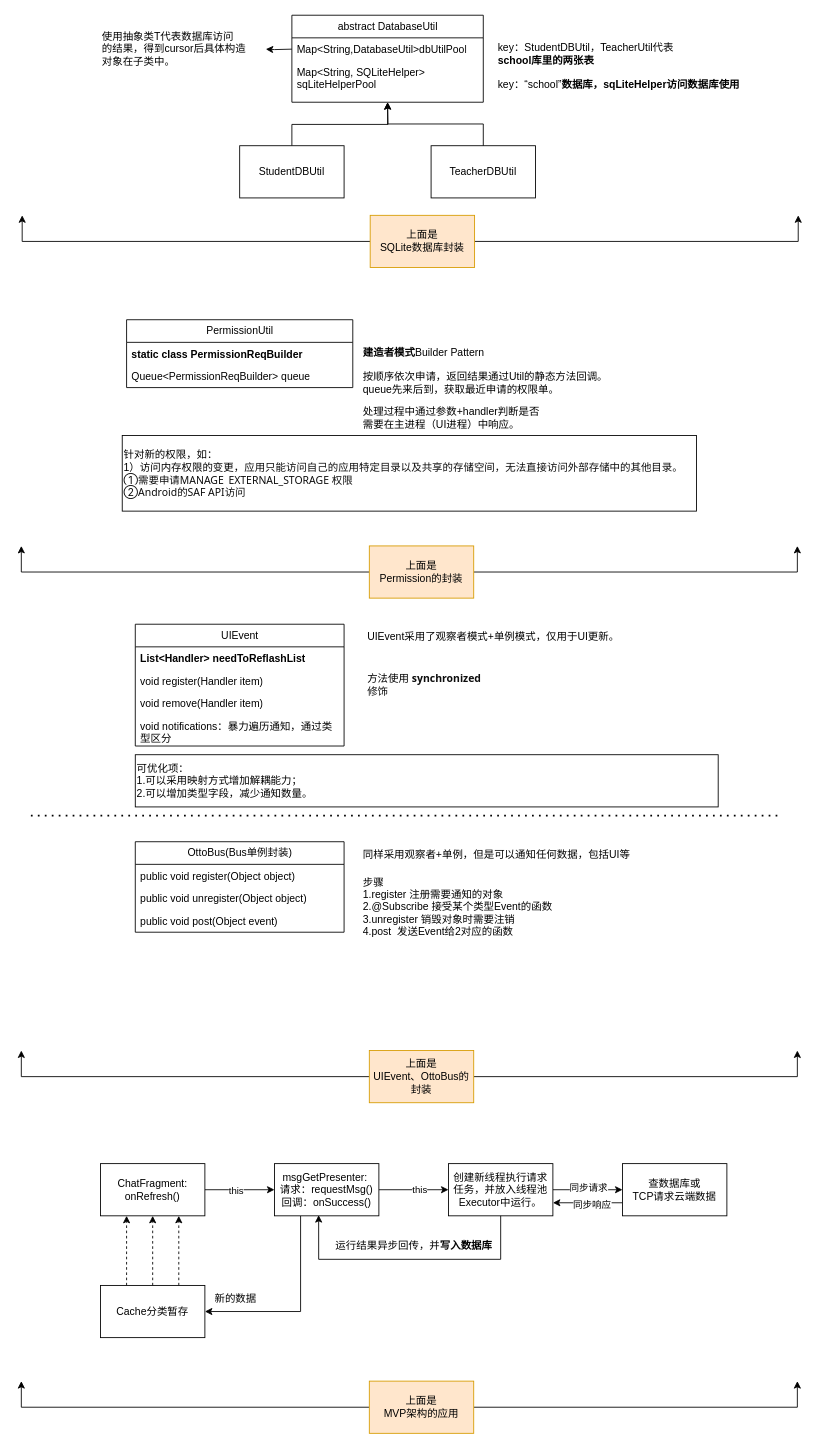
Before: WorkRecord/项目相关问题.drawio in baizhu0414/Diagrams, a draw.io diagram. Source tidied: cells renumbered, new cells numbered last; positions are measured from the earlier drawing's top-left corner, leaving out a move shared by most shapes. Both pictures are drawn from the tidied source at 87%, with x=0, y=0 at pixel (21, 15).
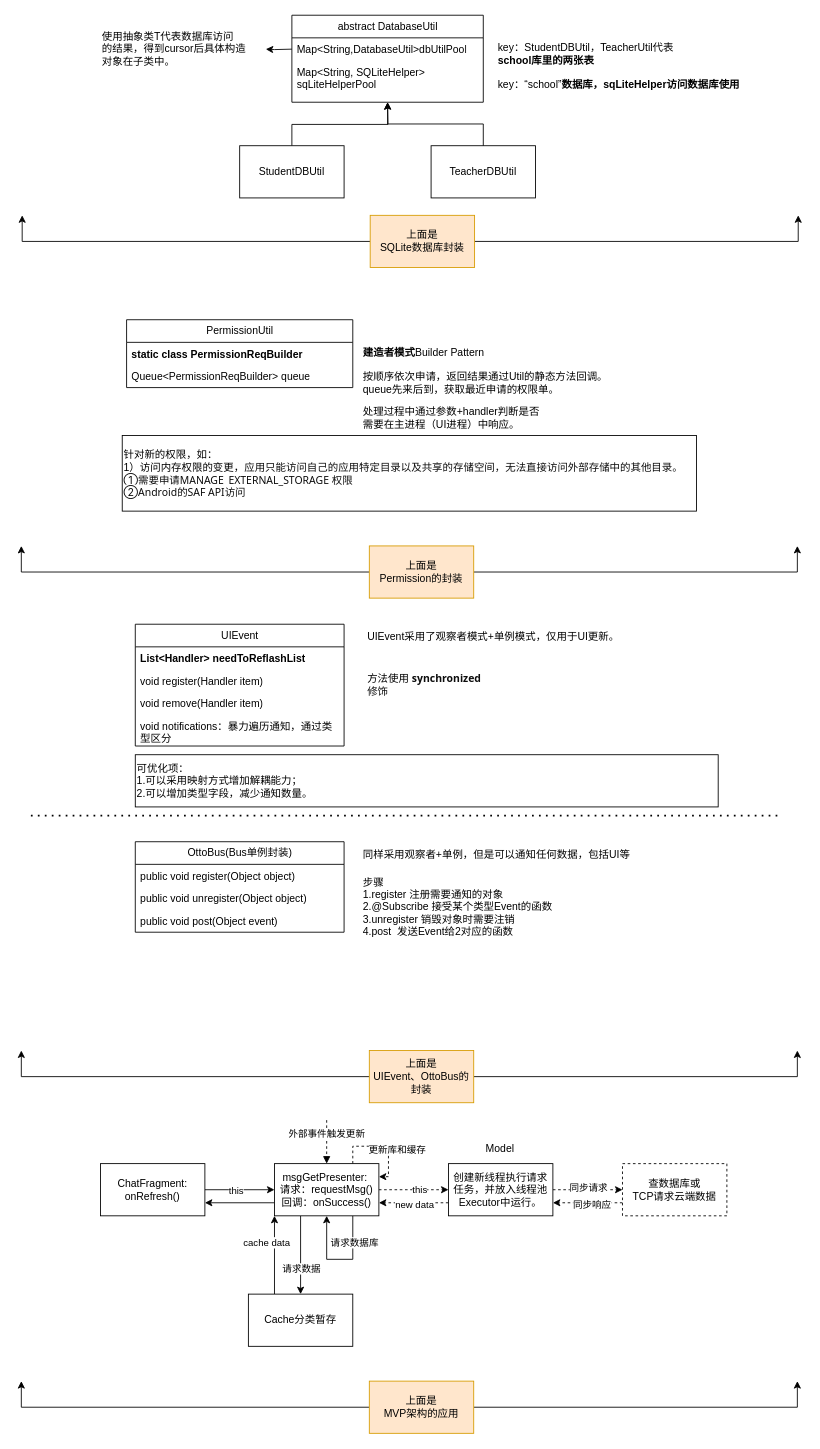
Above is the later version.

Commit message:
更新项目相关问题.drawio

The change refers to these unchanged cells:
```xml
<mxCell id="46" value="ChatFragment: onRefresh()" style="whiteSpace=wrap;html=1;" parent="1" vertex="1">
  <mxGeometry x="91" y="1320" width="120" height="60" as="geometry" />
</mxCell>
<mxCell id="50" value="msgGetPresenter:&amp;nbsp;&lt;div&gt;请求：requestMsg()&lt;div&gt;回调：onSuccess()&lt;/div&gt;&lt;/div&gt;" style="whiteSpace=wrap;html=1;" parent="1" vertex="1">
  <mxGeometry x="291" y="1320" width="120" height="60" as="geometry" />
</mxCell>
<mxCell id="53" value="创建新线程执行请求任务，并放入线程池Executor中运行。" style="whiteSpace=wrap;html=1;" parent="1" vertex="1">
  <mxGeometry x="491" y="1320" width="120" height="60" as="geometry" />
</mxCell>
```

Change to the diagram source:
```diff
@@
-    <mxCell id="47" style="edgeStyle=orthogonalEdgeStyle;rounded=0;jettySize=auto;html=1;" parent="1" edge="1" source="50" target="53">
+    <mxCell id="47" style="edgeStyle=orthogonalEdgeStyle;rounded=0;jettySize=auto;html=1;dashed=1;" parent="1" edge="1" source="50" target="53">
       <mxGeometry relative="1" as="geometry" />
     </mxCell>
@@
-    <mxCell id="49" style="edgeStyle=orthogonalEdgeStyle;rounded=0;jettySize=auto;html=1;exitX=0.25;exitY=1;exitDx=0;exitDy=0;entryX=1;entryY=0.5;entryDx=0;entryDy=0;" parent="1" edge="1" source="50" target="66">
-      <mxGeometry relative="1" as="geometry">
-        <Array as="points">
-          <mxPoint x="321" y="1490" />
-        </Array>
-      </mxGeometry>
+    <mxCell id="49" style="edgeStyle=orthogonalEdgeStyle;rounded=0;jettySize=auto;html=1;exitX=0.25;exitY=1;exitDx=0;exitDy=0;entryX=0.5;entryY=0;entryDx=0;entryDy=0;" parent="1" edge="1" source="50" target="66">
+      <mxGeometry relative="1" as="geometry" />
     </mxCell>
+    <mxCell id="67" value="请求数据" style="edgeLabel;html=1;align=center;verticalAlign=middle;" parent="49" vertex="1">
+      <mxGeometry x="0.26" relative="1" as="geometry">
+        <mxPoint y="3" as="offset" />
+      </mxGeometry>
+    </mxCell>
+    <mxCell id="68" style="edgeStyle=orthogonalEdgeStyle;rounded=0;jettySize=auto;html=1;exitX=0;exitY=0.75;exitDx=0;exitDy=0;entryX=1;entryY=0.75;entryDx=0;entryDy=0;" parent="1" edge="1" source="50" target="46">
+      <mxGeometry relative="1" as="geometry" />
+    </mxCell>
+    <mxCell id="69" style="edgeStyle=orthogonalEdgeStyle;rounded=0;orthogonalLoop=1;jettySize=auto;html=1;exitX=0.75;exitY=1;exitDx=0;exitDy=0;entryX=0.5;entryY=1;entryDx=0;entryDy=0;" parent="1" edge="1" source="50" target="50">
+      <mxGeometry relative="1" as="geometry">
+        <Array as="points">
+          <mxPoint x="381" y="1430" />
+          <mxPoint x="351" y="1430" />
+        </Array>
+      </mxGeometry>
+    </mxCell>
+    <mxCell id="70" value="请求数据库" style="edgeLabel;html=1;align=center;verticalAlign=middle;" parent="69" vertex="1">
+      <mxGeometry x="-0.07" relative="1" as="geometry">
+        <mxPoint x="11" y="-20" as="offset" />
+      </mxGeometry>
+    </mxCell>
+    <mxCell id="71" style="edgeStyle=orthogonalEdgeStyle;rounded=0;orthogonalLoop=1;jettySize=auto;html=1;exitX=0.75;exitY=0;exitDx=0;exitDy=0;entryX=1;entryY=0.25;entryDx=0;entryDy=0;dashed=1;" parent="1" edge="1" source="50" target="50">
+      <mxGeometry relative="1" as="geometry">
+        <Array as="points">
+          <mxPoint x="381" y="1300" />
+          <mxPoint x="422" y="1300" />
+          <mxPoint x="422" y="1335" />
+        </Array>
+      </mxGeometry>
+    </mxCell>
+    <mxCell id="72" value="更新库和缓存" style="edgeLabel;html=1;align=center;verticalAlign=middle;" parent="71" vertex="1">
+      <mxGeometry x="0.05" y="-3" relative="1" as="geometry">
+        <mxPoint x="14" as="offset" />
+      </mxGeometry>
+    </mxCell>
@@
-    <mxCell id="51" style="edgeStyle=orthogonalEdgeStyle;rounded=0;jettySize=auto;html=1;" parent="1" edge="1" source="53" target="57">
+    <mxCell id="51" style="edgeStyle=orthogonalEdgeStyle;rounded=0;jettySize=auto;html=1;dashed=1;" parent="1" edge="1" source="53" target="57">
       <mxGeometry relative="1" as="geometry" />
     </mxCell>
@@
+    <mxCell id="58" style="edgeStyle=orthogonalEdgeStyle;rounded=0;jettySize=auto;html=1;exitX=0;exitY=0.75;exitDx=0;exitDy=0;entryX=1;entryY=0.75;entryDx=0;entryDy=0;dashed=1;" parent="1" edge="1" source="53" target="50">
+      <mxGeometry relative="1" as="geometry" />
+    </mxCell>
+    <mxCell id="73" value="new data" style="edgeLabel;html=1;align=center;verticalAlign=middle;" parent="58" vertex="1">
+      <mxGeometry x="-0.26" y="2" relative="1" as="geometry">
+        <mxPoint x="-10" as="offset" />
+      </mxGeometry>
+    </mxCell>
@@
-    <mxCell id="54" value="运行结果异步回传，并&lt;b&gt;写入数据库&lt;/b&gt;" style="text;html=1;align=center;verticalAlign=middle;strokeColor=none;fillColor=none;" parent="1" vertex="1">
-      <mxGeometry x="351" y="1400" width="200" height="30" as="geometry" />
-    </mxCell>
-    <mxCell id="55" style="edgeStyle=orthogonalEdgeStyle;rounded=0;jettySize=auto;html=1;exitX=0;exitY=0.75;exitDx=0;exitDy=0;entryX=1;entryY=0.75;entryDx=0;entryDy=0;" parent="1" edge="1" source="57" target="53">
+    <mxCell id="55" style="edgeStyle=orthogonalEdgeStyle;rounded=0;jettySize=auto;html=1;exitX=0;exitY=0.75;exitDx=0;exitDy=0;entryX=1;entryY=0.75;entryDx=0;entryDy=0;dashed=1;" parent="1" edge="1" source="57" target="53">
       <mxGeometry relative="1" as="geometry" />
     </mxCell>
@@
-    <mxCell id="57" value="查数据库或&lt;div&gt;TCP请求云端数据&lt;/div&gt;" style="whiteSpace=wrap;html=1;" parent="1" vertex="1">
+    <mxCell id="57" value="查数据库或&lt;div&gt;TCP请求云端数据&lt;/div&gt;" style="whiteSpace=wrap;html=1;dashed=1;" parent="1" vertex="1">
       <mxGeometry x="691" y="1320" width="120" height="60" as="geometry" />
     </mxCell>
-    <mxCell id="58" style="edgeStyle=orthogonalEdgeStyle;rounded=0;jettySize=auto;html=1;exitX=0.5;exitY=1;exitDx=0;exitDy=0;entryX=0.423;entryY=0.987;entryDx=0;entryDy=0;entryPerimeter=0;" parent="1" edge="1" source="53" target="50">
-      <mxGeometry relative="1" as="geometry">
-        <Array as="points">
-          <mxPoint x="551" y="1430" />
-          <mxPoint x="342" y="1430" />
-        </Array>
-      </mxGeometry>
-    </mxCell>
-    <mxCell id="59" value="新的数据" style="text;html=1;align=center;verticalAlign=middle;strokeColor=none;fillColor=none;" parent="1" vertex="1">
-      <mxGeometry x="211" y="1460" width="70" height="30" as="geometry" />
-    </mxCell>
@@
-    <mxCell id="63" style="edgeStyle=orthogonalEdgeStyle;rounded=0;jettySize=auto;html=1;exitX=0.5;exitY=0;exitDx=0;exitDy=0;entryX=0.5;entryY=1;entryDx=0;entryDy=0;dashed=1;" parent="1" edge="1" source="66" target="46">
-      <mxGeometry relative="1" as="geometry" />
-    </mxCell>
-    <mxCell id="64" style="edgeStyle=orthogonalEdgeStyle;rounded=0;jettySize=auto;html=1;exitX=0.25;exitY=0;exitDx=0;exitDy=0;entryX=0.25;entryY=1;entryDx=0;entryDy=0;dashed=1;" parent="1" edge="1" source="66" target="46">
-      <mxGeometry relative="1" as="geometry" />
-    </mxCell>
-    <mxCell id="65" style="edgeStyle=orthogonalEdgeStyle;rounded=0;jettySize=auto;html=1;exitX=0.75;exitY=0;exitDx=0;exitDy=0;entryX=0.75;entryY=1;entryDx=0;entryDy=0;dashed=1;" parent="1" edge="1" source="66" target="46">
-      <mxGeometry relative="1" as="geometry" />
-    </mxCell>
+    <mxCell id="74" style="edgeStyle=orthogonalEdgeStyle;rounded=0;jettySize=auto;html=1;exitX=0.25;exitY=0;exitDx=0;exitDy=0;entryX=0;entryY=1;entryDx=0;entryDy=0;" parent="1" edge="1" source="66" target="50">
+      <mxGeometry relative="1" as="geometry" />
+    </mxCell>
+    <mxCell id="75" value="cache data" style="edgeLabel;html=1;align=center;verticalAlign=middle;" parent="74" vertex="1">
+      <mxGeometry x="-0.22" y="-1" relative="1" as="geometry">
+        <mxPoint x="-11" y="-25" as="offset" />
+      </mxGeometry>
+    </mxCell>
     <mxCell id="66" value="Cache分类暂存" style="whiteSpace=wrap;html=1;" parent="1" vertex="1">
-      <mxGeometry x="91" y="1460" width="120" height="60" as="geometry" />
+      <mxGeometry x="261" y="1470" width="120" height="60" as="geometry" />
     </mxCell>
+    <mxCell id="76" value="Model" style="text;html=1;align=center;verticalAlign=middle;strokeColor=none;fillColor=none;" parent="1" vertex="1">
+      <mxGeometry x="520" y="1288" width="60" height="30" as="geometry" />
+    </mxCell>
+    <mxCell id="77" value="外部事件触发更新" style="html=1;verticalAlign=bottom;endArrow=block;curved=0;rounded=0;entryX=0.5;entryY=0;entryDx=0;entryDy=0;dashed=1;" parent="1" edge="1" target="50">
+      <mxGeometry relative="1" as="geometry">
+        <mxPoint x="351" y="1270" as="sourcePoint" />
+      </mxGeometry>
+    </mxCell>
```
